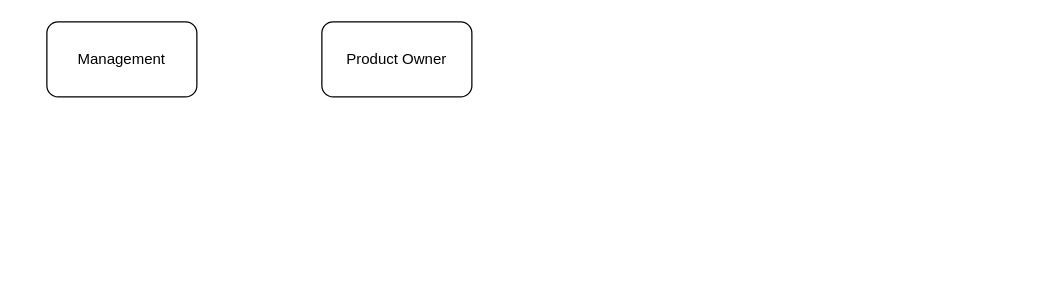
This is control-management/software-control-system.drawio from doruirimescu/papers, a draw.io file, before an edit. Source tidied: cells renumbered, new cells numbered last; positions are measured from the earlier drawing's top-left corner, leaving out a move shared by most shapes. Both pictures are drawn from the tidied source at 125%, with x=0, y=0 at pixel (46, 21).
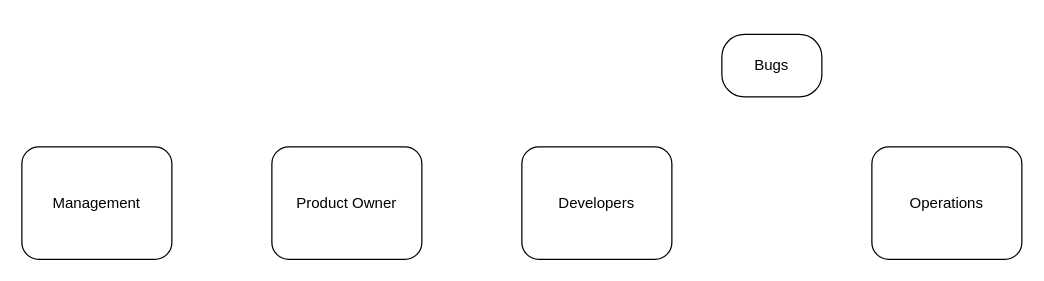
Above is the later version.

The edit, as a diff of the source:
```diff
@@
 <mxGraphModel>
   <root>
     <mxCell id="0" />
     <mxCell id="1" parent="0" />
     <mxCell id="2" value="Management" style="rounded=1;whiteSpace=wrap;html=1;" parent="1" vertex="1">
-      <mxGeometry width="120" height="60" as="geometry" />
+      <mxGeometry x="-20" y="100" width="120" height="90" as="geometry" />
     </mxCell>
     <mxCell id="3" value="Product Owner" style="rounded=1;whiteSpace=wrap;html=1;" parent="1" vertex="1">
-      <mxGeometry x="220" width="120" height="60" as="geometry" />
+      <mxGeometry x="180" y="100" width="120" height="90" as="geometry" />
     </mxCell>
+    <mxCell id="4" value="Developers" style="rounded=1;whiteSpace=wrap;html=1;" parent="1" vertex="1">
+      <mxGeometry x="380" y="100" width="120" height="90" as="geometry" />
+    </mxCell>
+    <mxCell id="5" value="Operations" style="rounded=1;whiteSpace=wrap;html=1;" parent="1" vertex="1">
+      <mxGeometry x="660" y="100" width="120" height="90" as="geometry" />
+    </mxCell>
+    <mxCell id="6" value="Bugs" style="rounded=1;whiteSpace=wrap;html=1;arcSize=36;" parent="1" vertex="1">
+      <mxGeometry x="540" y="10" width="80" height="50" as="geometry" />
+    </mxCell>
   </root>
 </mxGraphModel>
```
